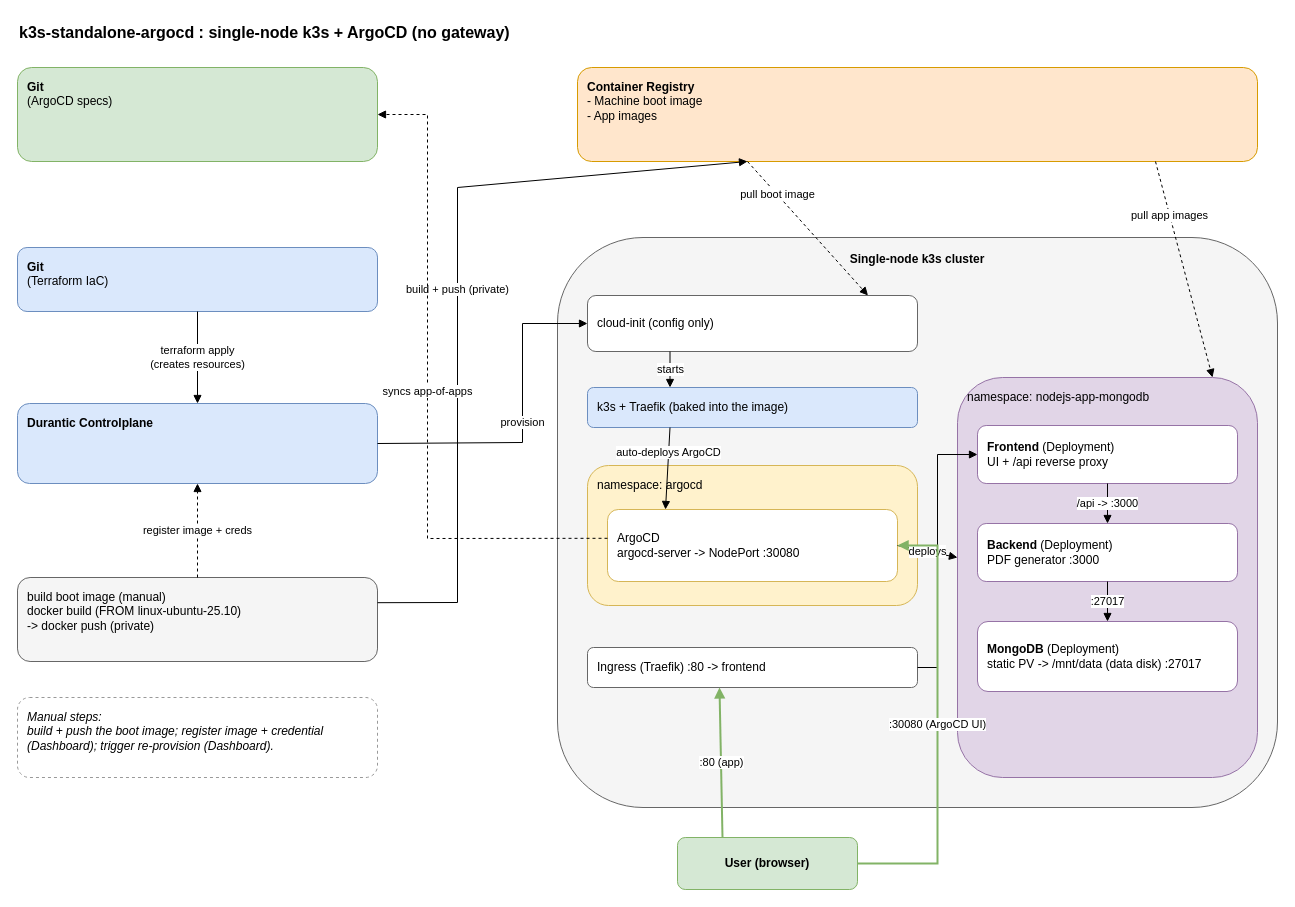
DeV1L/durantic-tf-examples keeps this draw.io diagram as page "k3s-standalone-argocd" (1 of 3) of k3s-standalone-argocd/assets/k3s-standalone-argocd.drawio. Above is the earlier version. Source tidied: cells renumbered, new cells numbered last; positions are measured from the earlier drawing's top-left corner, leaving out a move shared by most shapes. Both pictures are drawn from the tidied source at 100%, with x=0, y=0 at pixel (17, 17).
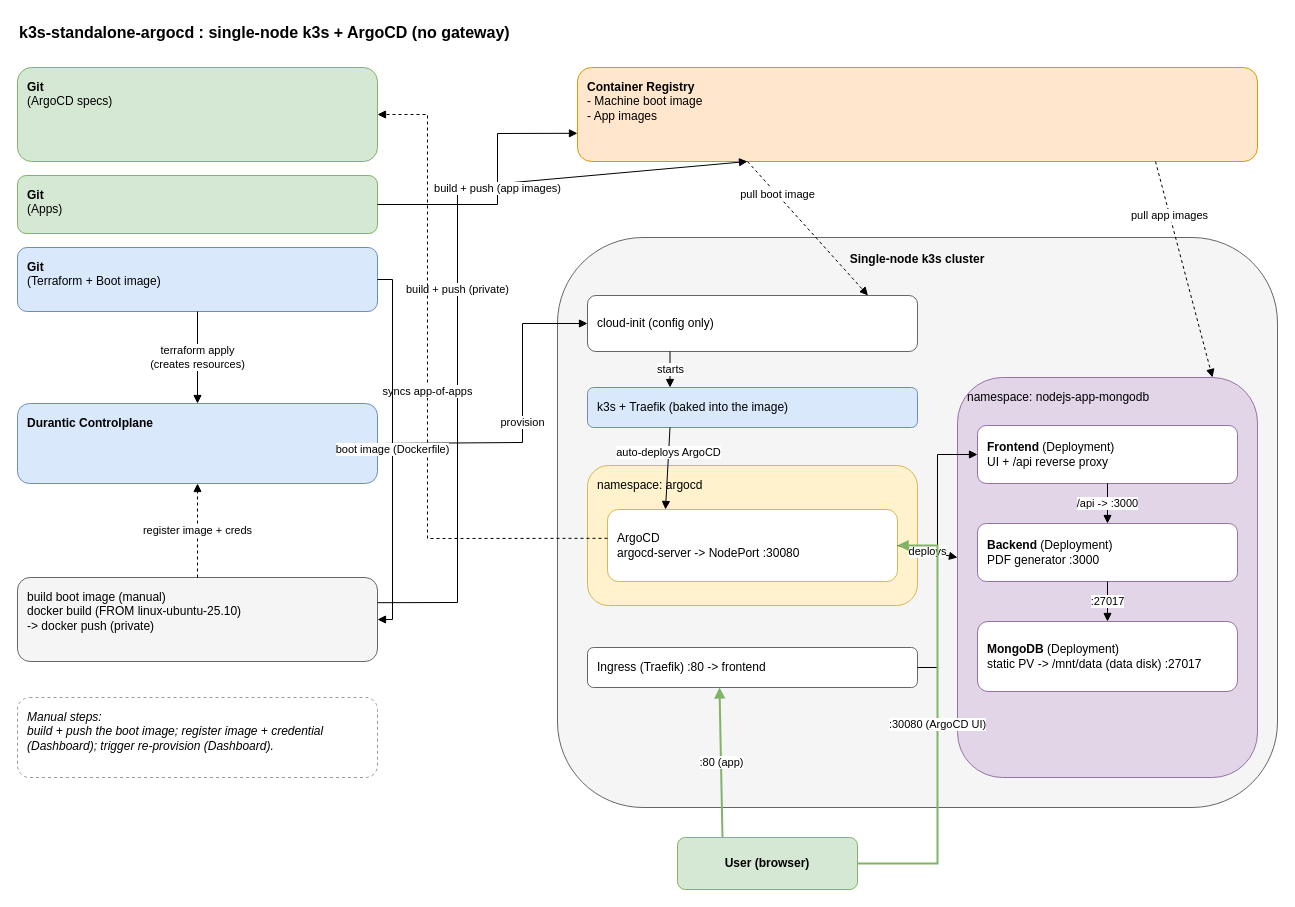
The same page after the edit.

Commit message (it also covers changes not shown here):
k3s-standalone-argocd: diagram shows image build sources

Add 'Git (Apps)' -> Container Registry (build + push app images); rename
'Git (Terraform IaC)' -> 'Git (Terraform + Boot image)' and connect it to the manual
boot-image build. Re-exported page 0.

The change refers to these unchanged cells:
```xml
<mxCell id="4" value="&lt;b&gt;Container Registry&lt;/b&gt;&lt;br&gt;- Machine boot image&lt;br&gt;- App images" style="rounded=1;whiteSpace=wrap;html=1;fillColor=#ffe6cc;strokeColor=#d79b00;align=left;verticalAlign=top;spacingLeft=8;spacingTop=6;" parent="1" vertex="1">
  <mxGeometry x="560" y="50" width="680" height="94" as="geometry" />
</mxCell>
<mxCell id="7" value="build boot image (manual)&#10;docker build (FROM linux-ubuntu-25.10)&#10;-&gt; docker push (private)" style="rounded=1;whiteSpace=wrap;html=1;fillColor=#f5f5f5;strokeColor=#666666;align=left;verticalAlign=top;spacingLeft=8;spacingTop=6;" parent="1" vertex="1">
  <mxGeometry y="560" width="360" height="84" as="geometry" />
</mxCell>
```

Diff of the diagram source:
```diff
@@
-    <mxCell id="5" value="&lt;b&gt;Git&lt;/b&gt;&#10;(Terraform IaC)" style="rounded=1;whiteSpace=wrap;html=1;fillColor=#dae8fc;strokeColor=#6c8ebf;align=left;verticalAlign=top;spacingLeft=8;spacingTop=6;" parent="1" vertex="1">
+    <mxCell id="5" value="&lt;b&gt;Git&lt;/b&gt;&#10;(Terraform + Boot image)" style="rounded=1;whiteSpace=wrap;html=1;fillColor=#dae8fc;strokeColor=#6c8ebf;align=left;verticalAlign=top;spacingLeft=8;spacingTop=6;" parent="1" vertex="1">
       <mxGeometry y="230" width="360" height="64" as="geometry" />
     </mxCell>
@@
+    <mxCell id="35" value="&lt;b&gt;Git&lt;/b&gt;&#10;(Apps)" style="rounded=1;whiteSpace=wrap;html=1;fillColor=#d5e8d4;strokeColor=#82b366;align=left;verticalAlign=top;spacingLeft=8;spacingTop=6;" parent="1" vertex="1">
+      <mxGeometry y="158" width="360" height="58" as="geometry" />
+    </mxCell>
+    <mxCell id="36" value="build + push (app images)" style="endArrow=block;html=1;rounded=0;fontSize=11;exitX=1;exitY=0.5;exitDx=0;exitDy=0;entryX=0;entryY=0.7;entryDx=0;entryDy=0;" parent="1" edge="1" source="35" target="4">
+      <mxGeometry relative="1" as="geometry">
+        <Array as="points">
+          <mxPoint x="480" y="187" />
+          <mxPoint x="480" y="116" />
+        </Array>
+      </mxGeometry>
+    </mxCell>
+    <mxCell id="37" value="boot image (Dockerfile)" style="endArrow=block;html=1;rounded=0;fontSize=11;exitX=1;exitY=0.5;exitDx=0;exitDy=0;entryX=1;entryY=0.5;entryDx=0;entryDy=0;" parent="1" edge="1" source="5" target="7">
+      <mxGeometry relative="1" as="geometry">
+        <Array as="points">
+          <mxPoint x="375" y="262" />
+          <mxPoint x="375" y="602" />
+        </Array>
+      </mxGeometry>
+    </mxCell>
```
